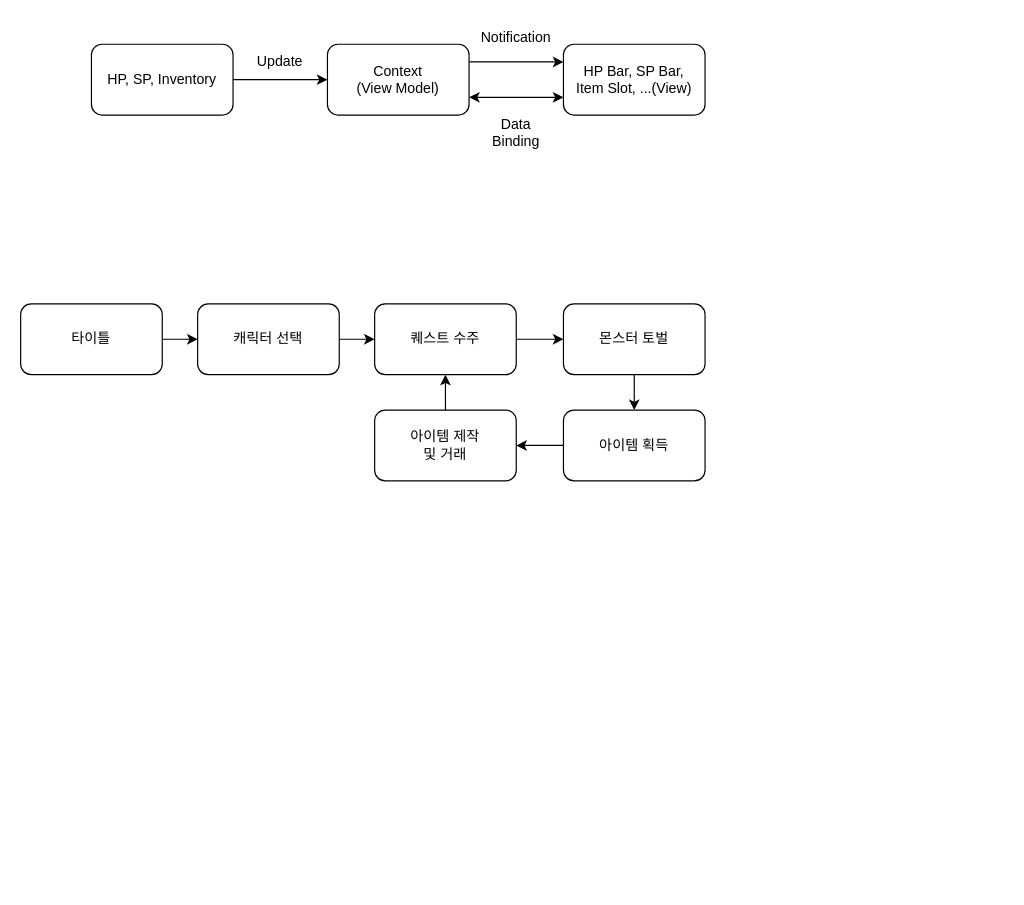
This is Document/UML.drawio from jljl73/CrescentHunter, a draw.io file, before an edit. Source tidied: cells renumbered, new cells numbered last; positions are measured from the earlier drawing's top-left corner, leaving out a move shared by most shapes. Both pictures are drawn from the tidied source at 118%, with x=0, y=0 at pixel (20, 20). Pictures stored in the file or linked from it are replaced by grey dashed boxes.
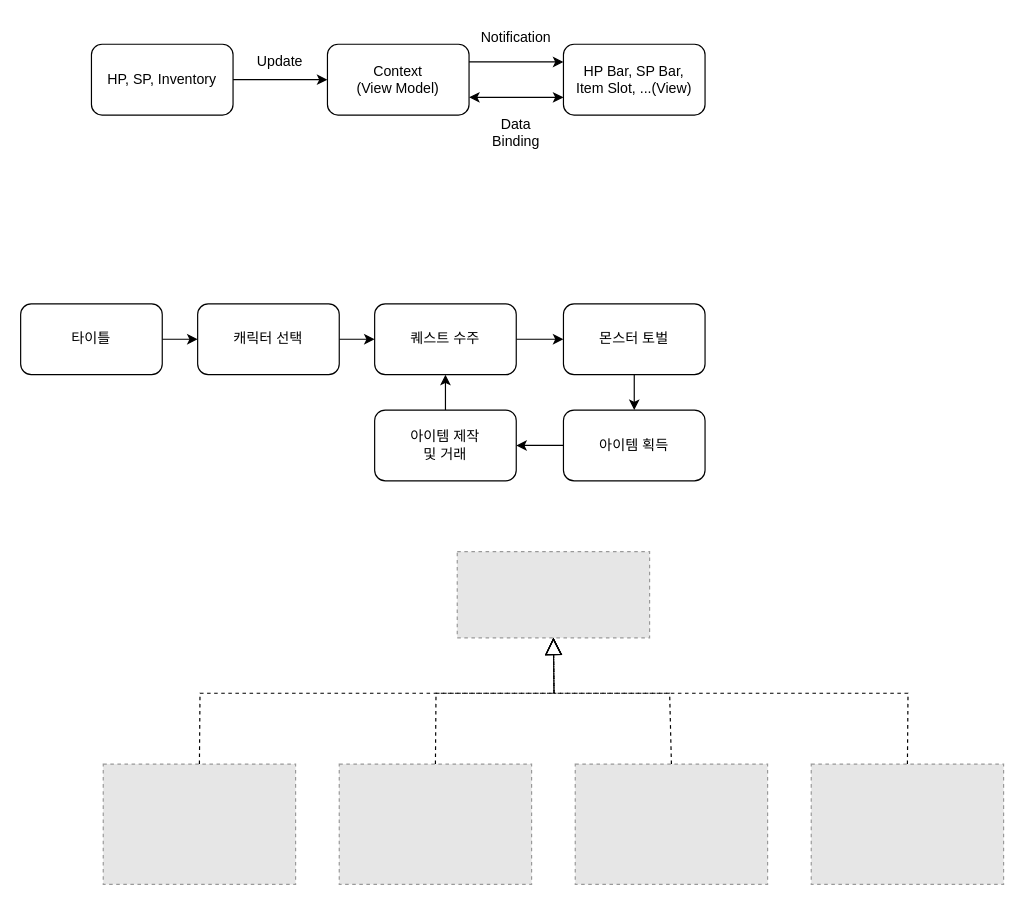
The same page after the edit.

The edit, as a diff of the source:
```diff
@@
+    <mxCell id="23" style="fillColor=#E6E6E6;strokeColor=#999999;dashed=1;verticalLabelPosition=bottom;labelBackgroundColor=default;verticalAlign=top;" parent="1" vertex="1">
+      <mxGeometry x="370" y="450" width="163" height="73" as="geometry" />
+    </mxCell>
+    <mxCell id="24" style="fillColor=#E6E6E6;strokeColor=#999999;dashed=1;verticalLabelPosition=bottom;labelBackgroundColor=default;verticalAlign=top;" parent="1" vertex="1">
+      <mxGeometry x="70" y="630" width="163" height="102" as="geometry" />
+    </mxCell>
+    <mxCell id="25" style="fillColor=#E6E6E6;strokeColor=#999999;dashed=1;verticalLabelPosition=bottom;labelBackgroundColor=default;verticalAlign=top;" parent="1" vertex="1">
+      <mxGeometry x="270" y="630" width="163" height="102" as="geometry" />
+    </mxCell>
+    <mxCell id="26" style="fillColor=#E6E6E6;strokeColor=#999999;dashed=1;verticalLabelPosition=bottom;labelBackgroundColor=default;verticalAlign=top;" parent="1" vertex="1">
+      <mxGeometry x="470" y="630" width="163" height="102" as="geometry" />
+    </mxCell>
+    <mxCell id="27" style="fillColor=#E6E6E6;strokeColor=#999999;dashed=1;verticalLabelPosition=bottom;labelBackgroundColor=default;verticalAlign=top;" parent="1" vertex="1">
+      <mxGeometry x="670" y="630" width="163" height="102" as="geometry" />
+    </mxCell>
+    <mxCell id="28" style="endArrow=block;dashed=1;endFill=0;endSize=12;html=1;rounded=0;exitX=0.5;exitY=0;exitDx=0;exitDy=0;entryX=0.5;entryY=1;entryDx=0;entryDy=0;" parent="1" edge="1" source="24" target="23">
+      <mxGeometry relative="1" as="geometry">
+        <Array as="points">
+          <mxPoint x="152" y="570" />
+          <mxPoint x="452" y="570" />
+        </Array>
+      </mxGeometry>
+    </mxCell>
+    <mxCell id="29" style="endArrow=block;dashed=1;endFill=0;endSize=12;html=1;rounded=0;exitX=0.5;exitY=0;exitDx=0;exitDy=0;entryX=0.5;entryY=1;entryDx=0;entryDy=0;" parent="1" edge="1" source="27" target="23">
+      <mxGeometry relative="1" as="geometry">
+        <Array as="points">
+          <mxPoint x="752" y="570" />
+          <mxPoint x="452" y="570" />
+        </Array>
+      </mxGeometry>
+    </mxCell>
+    <mxCell id="30" style="endArrow=block;dashed=1;endFill=0;endSize=12;html=1;rounded=0;exitX=0.5;exitY=0;exitDx=0;exitDy=0;entryX=0.5;entryY=1;entryDx=0;entryDy=0;" parent="1" edge="1" source="26" target="23">
+      <mxGeometry relative="1" as="geometry">
+        <Array as="points">
+          <mxPoint x="550" y="570" />
+          <mxPoint x="452" y="570" />
+        </Array>
+      </mxGeometry>
+    </mxCell>
+    <mxCell id="31" style="endArrow=block;dashed=1;endFill=0;endSize=12;html=1;rounded=0;exitX=0.5;exitY=0;exitDx=0;exitDy=0;entryX=0.5;entryY=1;entryDx=0;entryDy=0;" parent="1" edge="1" source="25" target="23">
+      <mxGeometry relative="1" as="geometry">
+        <Array as="points">
+          <mxPoint x="352" y="570" />
+          <mxPoint x="452" y="570" />
+        </Array>
+      </mxGeometry>
+    </mxCell>
```
